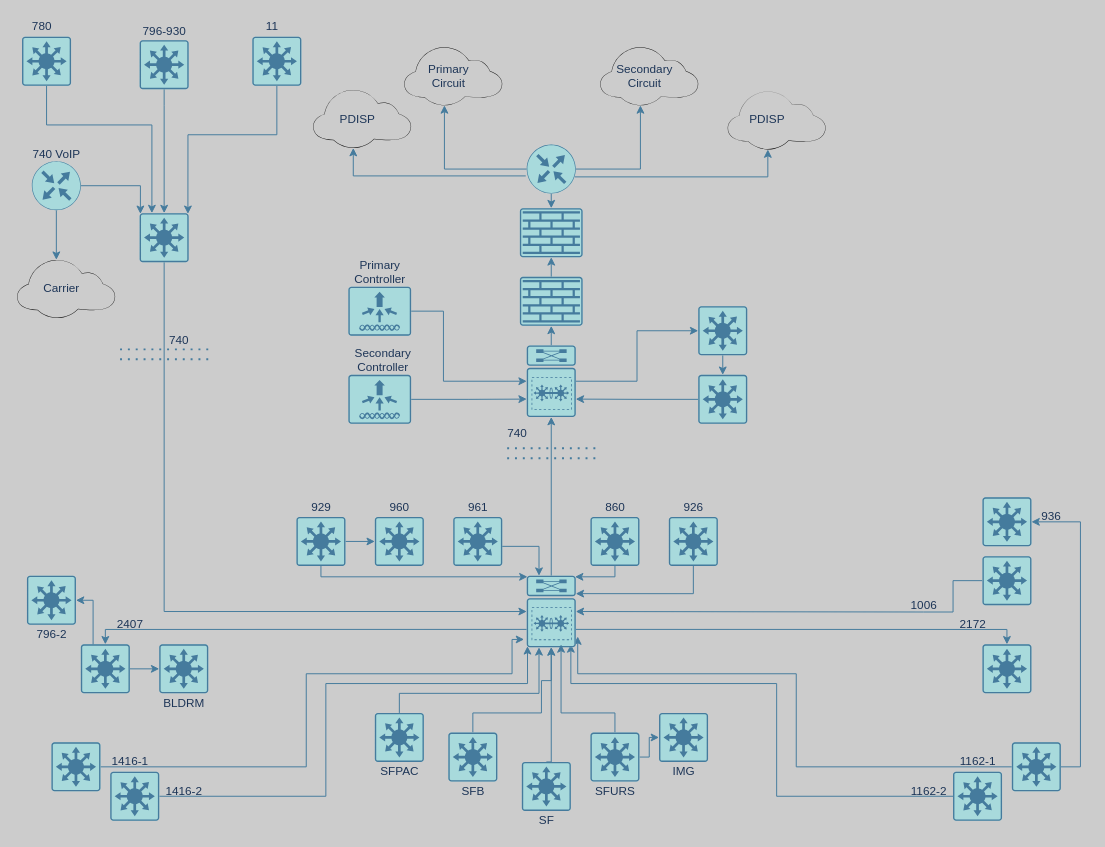
Before: page "Primary Site" (1 of 4) of nhlem.drawio in johnnynieves/test_diagrams, a draw.io diagram. Source tidied: cells renumbered, new cells numbered last; positions are measured from the earlier drawing's top-left corner, leaving out a move shared by most shapes. Both pictures are drawn from the tidied source at 98%, with x=0, y=0 at pixel (17, 17).
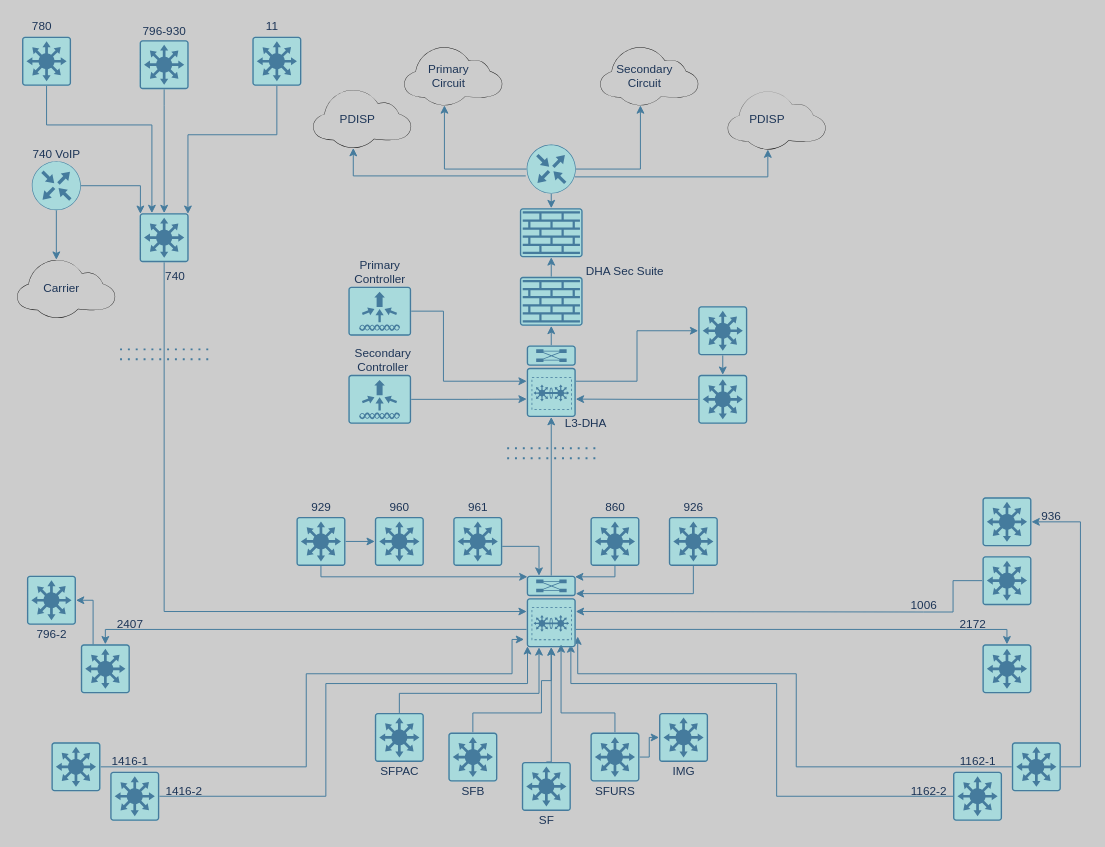
After the change.

The change refers to these unchanged cells:
```xml
<mxCell id="7" style="sketch=0;points=[[0.015,0.015,0],[0.985,0.015,0],[0.985,0.985,0],[0.015,0.985,0],[0.25,0,0],[0.5,0,0],[0.75,0,0],[1,0.25,0],[1,0.5,0],[1,0.75,0],[0.75,1,0],[0.5,1,0],[0.25,1,0],[0,0.75,0],[0,0.5,0],[0,0.25,0]];verticalLabelPosition=bottom;html=1;verticalAlign=top;align=center;shape=mxgraph.cisco19.rect;prIcon=l3_switch;fillColor=#A8DADC;strokeColor=#457B9D;fontColor=#1D3557;" parent="1" vertex="1">
  <mxGeometry x="65" y="640" width="50" height="50" as="geometry" />
</mxCell>
```

The edit, as a diff of the source:
```diff
@@
-    <mxCell id="6" style="edgeStyle=orthogonalEdgeStyle;rounded=0;jettySize=auto;html=1;exitX=1;exitY=0.5;exitDx=0;exitDy=0;exitPerimeter=0;entryX=0;entryY=0.5;entryDx=0;entryDy=0;entryPerimeter=0;labelBackgroundColor=#F1FAEE;strokeColor=#457B9D;fontColor=#1D3557;" parent="1" edge="1" source="7" target="86">
-      <mxGeometry relative="1" as="geometry" />
-    </mxCell>
@@
-    <mxCell id="86" style="sketch=0;points=[[0.015,0.015,0],[0.985,0.015,0],[0.985,0.985,0],[0.015,0.985,0],[0.25,0,0],[0.5,0,0],[0.75,0,0],[1,0.25,0],[1,0.5,0],[1,0.75,0],[0.75,1,0],[0.5,1,0],[0.25,1,0],[0,0.75,0],[0,0.5,0],[0,0.25,0]];verticalLabelPosition=bottom;html=1;verticalAlign=top;align=center;shape=mxgraph.cisco19.rect;prIcon=l3_switch;fillColor=#A8DADC;strokeColor=#457B9D;fontColor=#1D3557;" parent="1" vertex="1">
-      <mxGeometry x="145" y="640" width="50" height="50" as="geometry" />
-    </mxCell>
-    <mxCell id="87" value="BLDRM" style="text;html=1;align=center;verticalAlign=middle;fillColor=none;strokeColor=none;rounded=0;fontColor=#1D3557;" parent="1" vertex="1">
-      <mxGeometry x="140" y="690" width="60" height="20" as="geometry" />
-    </mxCell>
@@
-    <mxCell id="93" value="740" style="text;html=1;align=center;verticalAlign=middle;fillColor=none;strokeColor=none;rounded=0;fontColor=#1D3557;" parent="1" vertex="1">
-      <mxGeometry x="145" y="320" width="40" height="20" as="geometry" />
+    <mxCell id="93" value="740" style="text;html=1;align=center;verticalAlign=middle;fillColor=none;strokeColor=none;rounded=0;fontColor=#1D3557;rotation=0;" parent="1" vertex="1">
+      <mxGeometry x="141" y="255" width="40" height="20" as="geometry" />
     </mxCell>
@@
-    <mxCell id="116" value="740" style="text;html=1;align=center;verticalAlign=middle;fillColor=none;strokeColor=none;rounded=0;fontColor=#1D3557;" parent="1" vertex="1">
-      <mxGeometry x="490" y="415" width="40" height="20" as="geometry" />
-    </mxCell>
+    <mxCell id="117" value="L3-DHA" style="text;html=1;align=center;verticalAlign=middle;fillColor=none;strokeColor=none;rounded=0;fontColor=#1D3557;rotation=0;" parent="1" vertex="1">
+      <mxGeometry x="545" y="400" width="70" height="30" as="geometry" />
+    </mxCell>
+    <mxCell id="118" value="DHA Sec Suite" style="text;html=1;align=center;verticalAlign=middle;fillColor=none;strokeColor=none;rounded=0;fontColor=#1D3557;rotation=0;" parent="1" vertex="1">
+      <mxGeometry x="570" y="245" width="100" height="30" as="geometry" />
+    </mxCell>
```
